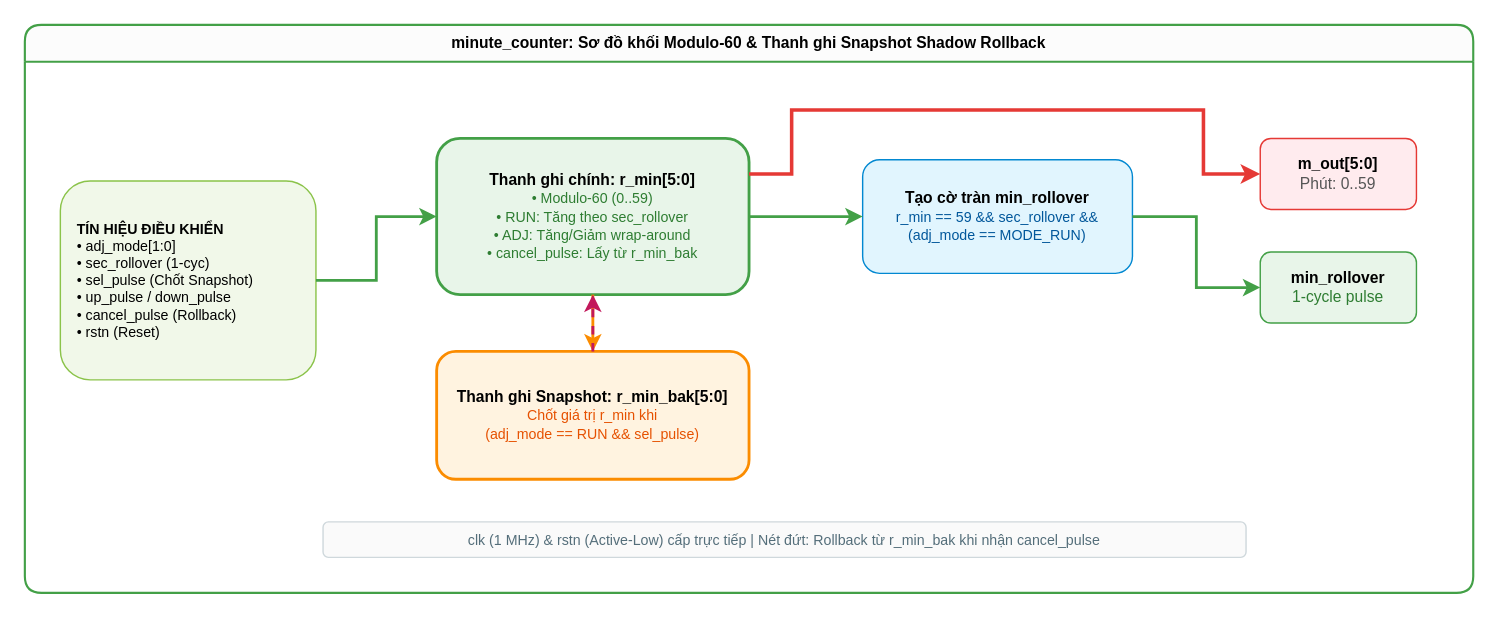
This is docs/diag_3_5_minute_counter.drawio from ngobinh1/Digital_Clock, a draw.io file, before an edit. Source tidied: cells renumbered, new cells numbered last; positions are measured from the earlier drawing's top-left corner, leaving out a move shared by most shapes. Both pictures are drawn from the tidied source at 142%, with x=0, y=0 at pixel (24, 24).
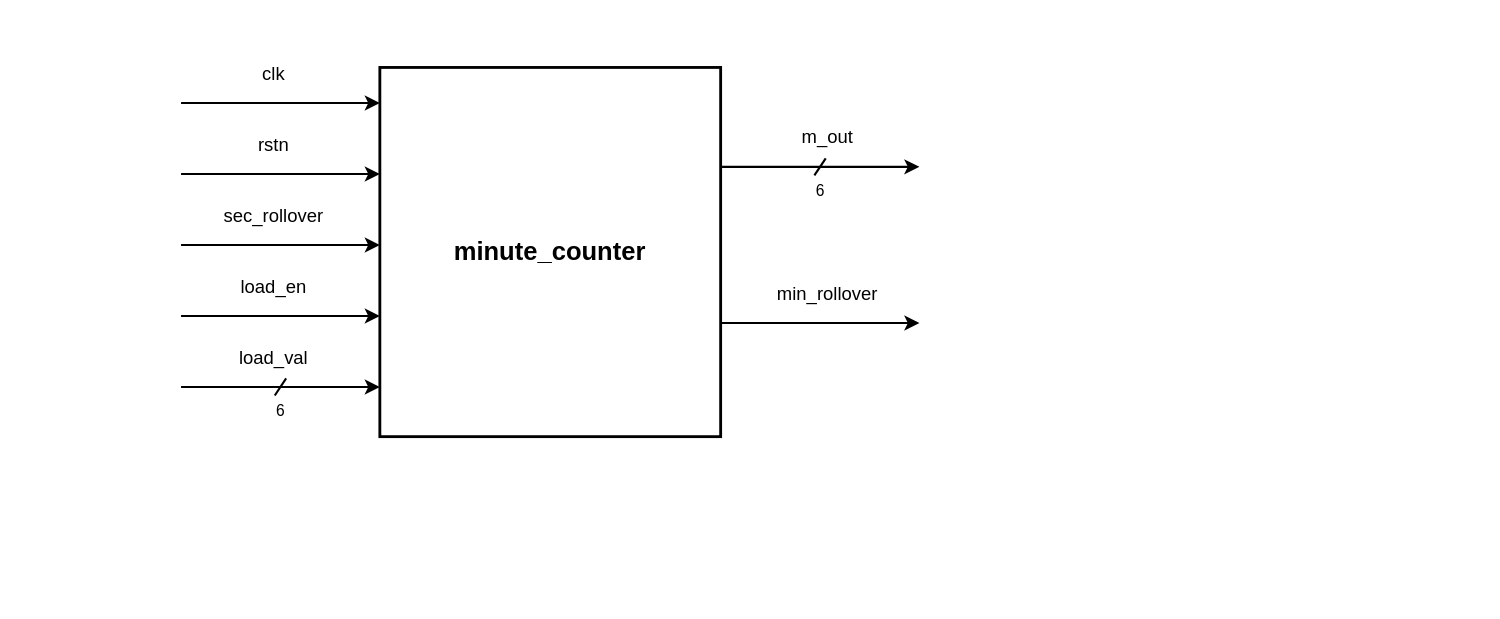
The same diagram, later.

Change to the diagram source:
```diff
@@
-    <mxCell id="2" value="&lt;b&gt;minute_counter: Sơ đồ khối Modulo-60 &amp;amp; Thanh ghi Snapshot Shadow Rollback&lt;/b&gt;" style="swimlane;whiteSpace=wrap;html=1;fillColor=#fcfcfc;strokeColor=#43a047;strokeWidth=1.5;startSize=26;fontFamily=Helvetica;fontSize=11;rounded=1;" parent="1" vertex="1">
-      <mxGeometry width="1020" height="400" as="geometry" />
-    </mxCell>
-    <mxCell id="3" value="&lt;b&gt;TÍN HIỆU ĐIỀU KHIỂN&lt;/b&gt;&lt;br&gt;• adj_mode[1:0]&lt;br&gt;• sec_rollover (1-cyc)&lt;br&gt;• sel_pulse (Chốt Snapshot)&lt;br&gt;• up_pulse / down_pulse&lt;br&gt;• cancel_pulse (Rollback)&lt;br&gt;• rstn (Reset)" style="rounded=1;whiteSpace=wrap;html=1;fillColor=#f1f8e9;strokeColor=#8bc34a;align=left;spacingLeft=10;fontSize=10;" parent="2" vertex="1">
-      <mxGeometry x="25" y="110" width="180" height="140" as="geometry" />
-    </mxCell>
-    <mxCell id="4" value="&lt;b&gt;Thanh ghi chính: r_min[5:0]&lt;/b&gt;&lt;br&gt;&lt;font color='#2e7d32' style='font-size:10px;'&gt;• Modulo-60 (0..59)&lt;br&gt;• RUN: Tăng theo sec_rollover&lt;br&gt;• ADJ: Tăng/Giảm wrap-around&lt;br&gt;• cancel_pulse: Lấy từ r_min_bak&lt;/font&gt;" style="rounded=1;whiteSpace=wrap;html=1;fillColor=#e8f5e9;strokeColor=#43a047;strokeWidth=2;fontSize=11;" parent="2" vertex="1">
-      <mxGeometry x="290" y="80" width="220" height="110" as="geometry" />
-    </mxCell>
-    <mxCell id="5" value="&lt;b&gt;Thanh ghi Snapshot: r_min_bak[5:0]&lt;/b&gt;&lt;br&gt;&lt;font color='#e65100' style='font-size:10px;'&gt;Chốt giá trị r_min khi&lt;br&gt;(adj_mode == RUN &amp;amp;&amp;amp; sel_pulse)&lt;/font&gt;" style="rounded=1;whiteSpace=wrap;html=1;fillColor=#fff3e0;strokeColor=#fb8c00;strokeWidth=2;fontSize=11;" parent="2" vertex="1">
-      <mxGeometry x="290" y="230" width="220" height="90" as="geometry" />
-    </mxCell>
-    <mxCell id="6" value="&lt;b&gt;Tạo cờ tràn min_rollover&lt;/b&gt;&lt;br&gt;&lt;font color='#01579b' style='font-size:10px;'&gt;r_min == 59 &amp;amp;&amp;amp; sec_rollover &amp;amp;&amp;amp;&lt;br&gt;(adj_mode == MODE_RUN)&lt;/font&gt;" style="rounded=1;whiteSpace=wrap;html=1;fillColor=#e1f5fe;strokeColor=#0288d1;fontSize=11;" parent="2" vertex="1">
-      <mxGeometry x="590" y="95" width="190" height="80" as="geometry" />
-    </mxCell>
-    <mxCell id="7" value="&lt;b&gt;m_out[5:0]&lt;/b&gt;&lt;br&gt;&lt;font color='#555'&gt;Phút: 0..59&lt;/font&gt;" style="rounded=1;whiteSpace=wrap;html=1;fillColor=#ffebee;strokeColor=#e53935;fontSize=11;" parent="2" vertex="1">
-      <mxGeometry x="870" y="80" width="110" height="50" as="geometry" />
-    </mxCell>
-    <mxCell id="8" value="&lt;b&gt;min_rollover&lt;/b&gt;&lt;br&gt;&lt;font color='#2e7d32'&gt;1-cycle pulse&lt;/font&gt;" style="rounded=1;whiteSpace=wrap;html=1;fillColor=#e8f5e9;strokeColor=#43a047;fontSize=11;" parent="2" vertex="1">
-      <mxGeometry x="870" y="160" width="110" height="50" as="geometry" />
-    </mxCell>
-    <mxCell id="9" style="edgeStyle=orthogonalEdgeStyle;rounded=0;html=1;strokeColor=#43a047;strokeWidth=2;" parent="2" edge="1" source="3" target="4">
-      <mxGeometry relative="1" as="geometry" />
-    </mxCell>
-    <mxCell id="10" style="edgeStyle=orthogonalEdgeStyle;rounded=0;html=1;strokeColor=#fb8c00;strokeWidth=2;" parent="2" edge="1" source="4" target="5">
-      <mxGeometry relative="1" as="geometry" />
-    </mxCell>
-    <mxCell id="11" style="edgeStyle=orthogonalEdgeStyle;rounded=0;html=1;strokeColor=#c2185b;strokeWidth=2;dashed=1;" parent="2" edge="1" source="5" target="4">
-      <mxGeometry relative="1" as="geometry" />
-    </mxCell>
-    <mxCell id="12" style="edgeStyle=orthogonalEdgeStyle;rounded=0;html=1;strokeColor=#43a047;strokeWidth=2;" parent="2" edge="1" source="4" target="6">
-      <mxGeometry relative="1" as="geometry" />
-    </mxCell>
-    <mxCell id="13" style="edgeStyle=orthogonalEdgeStyle;rounded=0;html=1;strokeColor=#e53935;strokeWidth=2.5;" parent="2" edge="1" source="4" target="7">
-      <mxGeometry relative="1" as="geometry">
-        <Array as="points">
-          <mxPoint x="540" y="105" />
-          <mxPoint x="540" y="60" />
-          <mxPoint x="830" y="60" />
-          <mxPoint x="830" y="105" />
-        </Array>
-      </mxGeometry>
-    </mxCell>
-    <mxCell id="14" style="edgeStyle=orthogonalEdgeStyle;rounded=0;html=1;strokeColor=#43a047;strokeWidth=2;" parent="2" edge="1" source="6" target="8">
-      <mxGeometry relative="1" as="geometry" />
-    </mxCell>
-    <mxCell id="15" value="clk (1 MHz) &amp;amp; rstn (Active-Low) cấp trực tiếp | Nét đứt: Rollback từ r_min_bak khi nhận cancel_pulse" style="rounded=1;whiteSpace=wrap;html=1;fillColor=#fafafa;strokeColor=#cfd8dc;fontColor=#546e7a;fontSize=10;" parent="2" vertex="1">
-      <mxGeometry x="210" y="350" width="650" height="25" as="geometry" />
-    </mxCell>
+    <mxCell id="16" value="minute_counter" style="rounded=0;whiteSpace=wrap;html=1;fillColor=#ffffff;strokeColor=#000000;strokeWidth=2;fontFamily=Helvetica;fontSize=18;fontStyle=1;fontColor=#000000;align=center;verticalAlign=middle;" parent="1" vertex="1">
+      <mxGeometry x="250" y="30" width="240" height="260" as="geometry" />
+    </mxCell>
+    <mxCell id="17" value="clk" style="text;html=1;align=center;verticalAlign=bottom;fontSize=13;fontFamily=Helvetica;fontColor=#000000;" parent="1" vertex="1">
+      <mxGeometry x="110" y="25" width="130" height="20" as="geometry" />
+    </mxCell>
+    <mxCell id="18" style="edgeStyle=orthogonalEdgeStyle;rounded=0;orthogonalLoop=1;jettySize=auto;html=1;strokeColor=#000000;strokeWidth=1.5;endArrow=classic;endFill=1;" parent="1" edge="1">
+      <mxGeometry relative="1" as="geometry">
+        <mxPoint x="110" y="55" as="sourcePoint" />
+        <mxPoint x="250" y="55" as="targetPoint" />
+      </mxGeometry>
+    </mxCell>
+    <mxCell id="19" value="rstn" style="text;html=1;align=center;verticalAlign=bottom;fontSize=13;fontFamily=Helvetica;fontColor=#000000;" parent="1" vertex="1">
+      <mxGeometry x="110" y="75" width="130" height="20" as="geometry" />
+    </mxCell>
+    <mxCell id="20" style="edgeStyle=orthogonalEdgeStyle;rounded=0;orthogonalLoop=1;jettySize=auto;html=1;strokeColor=#000000;strokeWidth=1.5;endArrow=classic;endFill=1;" parent="1" edge="1">
+      <mxGeometry relative="1" as="geometry">
+        <mxPoint x="110" y="105" as="sourcePoint" />
+        <mxPoint x="250" y="105" as="targetPoint" />
+      </mxGeometry>
+    </mxCell>
+    <mxCell id="21" value="sec_rollover" style="text;html=1;align=center;verticalAlign=bottom;fontSize=13;fontFamily=Helvetica;fontColor=#000000;" parent="1" vertex="1">
+      <mxGeometry x="110" y="125" width="130" height="20" as="geometry" />
+    </mxCell>
+    <mxCell id="22" style="edgeStyle=orthogonalEdgeStyle;rounded=0;orthogonalLoop=1;jettySize=auto;html=1;strokeColor=#000000;strokeWidth=1.5;endArrow=classic;endFill=1;" parent="1" edge="1">
+      <mxGeometry relative="1" as="geometry">
+        <mxPoint x="110" y="155" as="sourcePoint" />
+        <mxPoint x="250" y="155" as="targetPoint" />
+      </mxGeometry>
+    </mxCell>
+    <mxCell id="23" value="load_en" style="text;html=1;align=center;verticalAlign=bottom;fontSize=13;fontFamily=Helvetica;fontColor=#000000;" parent="1" vertex="1">
+      <mxGeometry x="110" y="175" width="130" height="20" as="geometry" />
+    </mxCell>
+    <mxCell id="24" style="edgeStyle=orthogonalEdgeStyle;rounded=0;orthogonalLoop=1;jettySize=auto;html=1;strokeColor=#000000;strokeWidth=1.5;endArrow=classic;endFill=1;" parent="1" edge="1">
+      <mxGeometry relative="1" as="geometry">
+        <mxPoint x="110" y="205" as="sourcePoint" />
+        <mxPoint x="250" y="205" as="targetPoint" />
+      </mxGeometry>
+    </mxCell>
+    <mxCell id="25" value="load_val" style="text;html=1;align=center;verticalAlign=bottom;fontSize=13;fontFamily=Helvetica;fontColor=#000000;" parent="1" vertex="1">
+      <mxGeometry x="110" y="225" width="130" height="20" as="geometry" />
+    </mxCell>
+    <mxCell id="26" style="edgeStyle=orthogonalEdgeStyle;rounded=0;orthogonalLoop=1;jettySize=auto;html=1;strokeColor=#000000;strokeWidth=1.5;endArrow=classic;endFill=1;" parent="1" edge="1">
+      <mxGeometry relative="1" as="geometry">
+        <mxPoint x="110" y="255" as="sourcePoint" />
+        <mxPoint x="250" y="255" as="targetPoint" />
+      </mxGeometry>
+    </mxCell>
+    <mxCell id="27" style="endArrow=none;html=1;strokeColor=#000000;strokeWidth=1.5;" parent="1" edge="1">
+      <mxGeometry relative="1" as="geometry">
+        <mxPoint x="176" y="261" as="sourcePoint" />
+        <mxPoint x="184" y="249" as="targetPoint" />
+      </mxGeometry>
+    </mxCell>
+    <mxCell id="28" value="6" style="text;html=1;align=center;verticalAlign=top;fontSize=11;fontFamily=Helvetica;fontColor=#000000;" parent="1" vertex="1">
+      <mxGeometry x="170" y="259" width="20" height="16" as="geometry" />
+    </mxCell>
+    <mxCell id="29" value="m_out" style="text;html=1;align=center;verticalAlign=bottom;fontSize=13;fontFamily=Helvetica;fontColor=#000000;" parent="1" vertex="1">
+      <mxGeometry x="500" y="70" width="130" height="20" as="geometry" />
+    </mxCell>
+    <mxCell id="30" style="edgeStyle=orthogonalEdgeStyle;rounded=0;orthogonalLoop=1;jettySize=auto;html=1;strokeColor=#000000;strokeWidth=1.5;endArrow=classic;endFill=1;" parent="1" edge="1">
+      <mxGeometry relative="1" as="geometry">
+        <mxPoint x="490" y="100" as="sourcePoint" />
+        <mxPoint x="630" y="100" as="targetPoint" />
+      </mxGeometry>
+    </mxCell>
+    <mxCell id="31" style="endArrow=none;html=1;strokeColor=#000000;strokeWidth=1.5;" parent="1" edge="1">
+      <mxGeometry relative="1" as="geometry">
+        <mxPoint x="556" y="106" as="sourcePoint" />
+        <mxPoint x="564" y="94" as="targetPoint" />
+      </mxGeometry>
+    </mxCell>
+    <mxCell id="32" value="6" style="text;html=1;align=center;verticalAlign=top;fontSize=11;fontFamily=Helvetica;fontColor=#000000;" parent="1" vertex="1">
+      <mxGeometry x="550" y="104" width="20" height="16" as="geometry" />
+    </mxCell>
+    <mxCell id="33" value="min_rollover" style="text;html=1;align=center;verticalAlign=bottom;fontSize=13;fontFamily=Helvetica;fontColor=#000000;" parent="1" vertex="1">
+      <mxGeometry x="500" y="180" width="130" height="20" as="geometry" />
+    </mxCell>
+    <mxCell id="34" style="edgeStyle=orthogonalEdgeStyle;rounded=0;orthogonalLoop=1;jettySize=auto;html=1;strokeColor=#000000;strokeWidth=1.5;endArrow=classic;endFill=1;" parent="1" edge="1">
+      <mxGeometry relative="1" as="geometry">
+        <mxPoint x="490" y="210" as="sourcePoint" />
+        <mxPoint x="630" y="210" as="targetPoint" />
+      </mxGeometry>
+    </mxCell>
```
